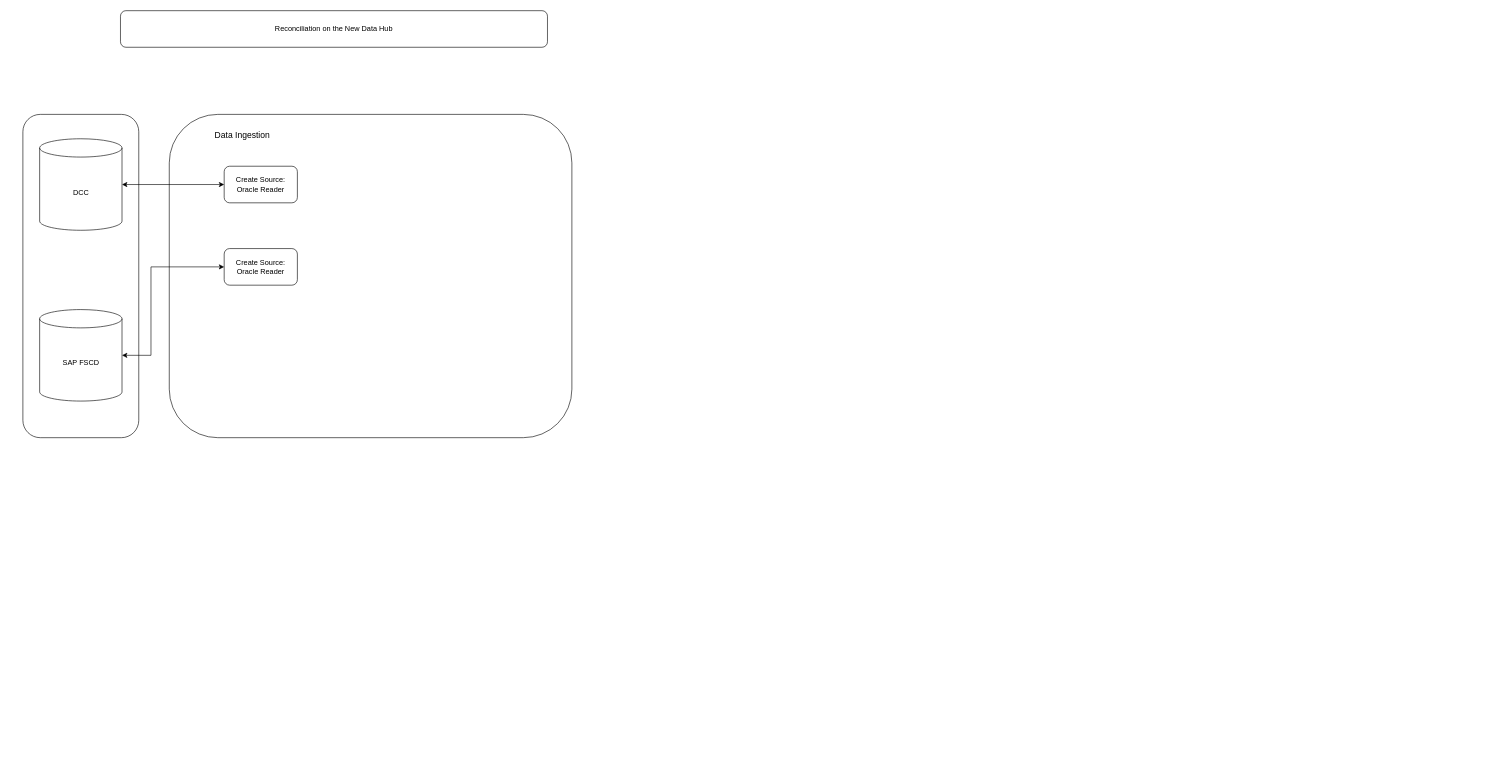
The draw.io diagram Untitled Diagram.drawio in joaorafaelr/Reconc-Project, before the edit. Source tidied: cells renumbered, new cells numbered last; positions are measured from the earlier drawing's top-left corner, leaving out a move shared by most shapes. Both pictures are drawn from the tidied source at 61%, with x=0, y=0 at pixel (23, 10).
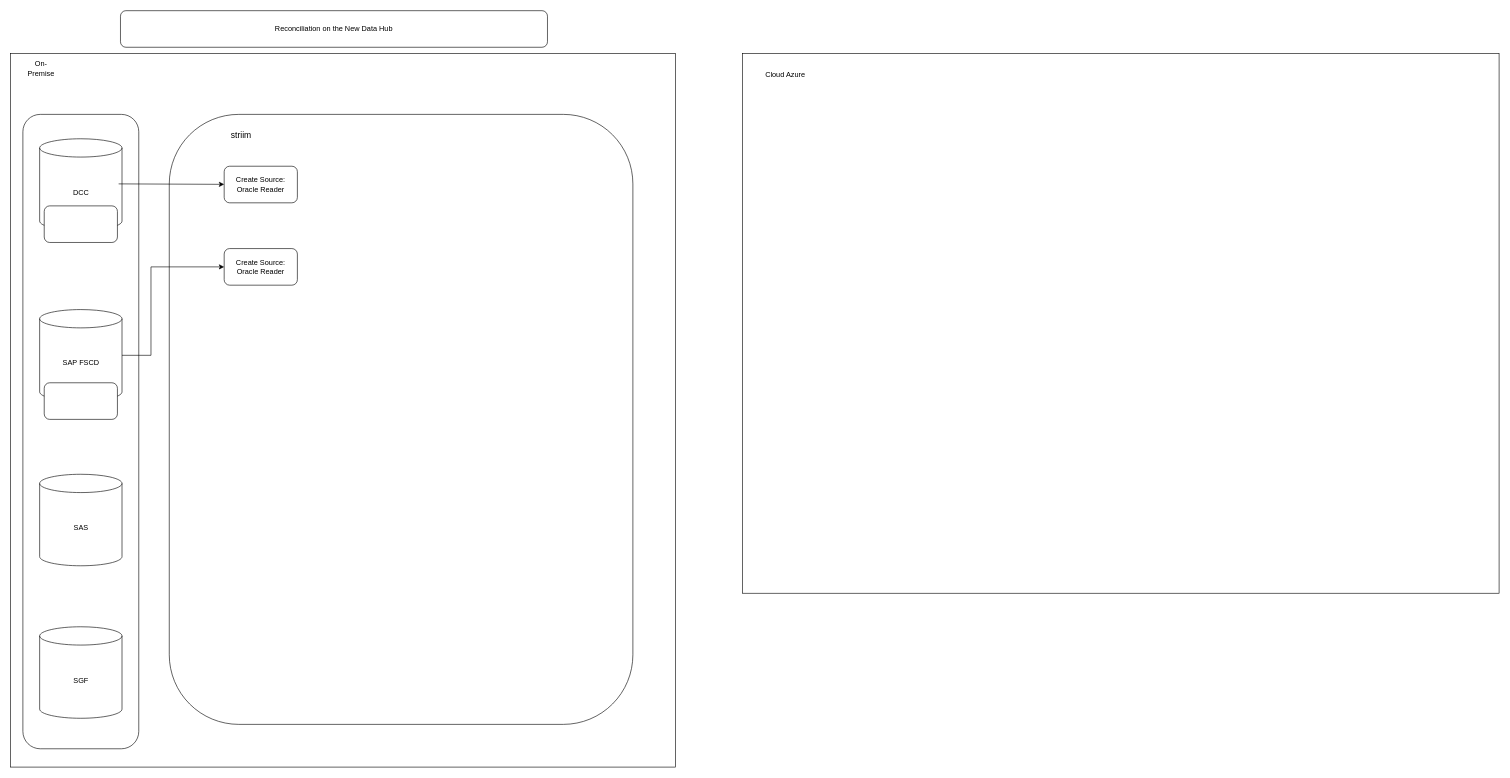
After the change.

Unchanged cells that the change refers to:
```xml
<mxCell id="5" value="DCC" style="shape=cylinder3;whiteSpace=wrap;html=1;boundedLbl=1;backgroundOutline=1;size=15;" parent="1" vertex="1">
  <mxGeometry x="27.5" y="210" width="135" height="150" as="geometry" />
</mxCell>
<mxCell id="6" value="SAP FSCD" style="shape=cylinder3;whiteSpace=wrap;html=1;boundedLbl=1;backgroundOutline=1;size=15;" parent="1" vertex="1">
  <mxGeometry x="27.5" y="490" width="135" height="150" as="geometry" />
</mxCell>
<mxCell id="8" value="Create Source: Oracle Reader" style="rounded=1;whiteSpace=wrap;html=1;" parent="1" vertex="1">
  <mxGeometry x="330" y="255" width="120" height="60" as="geometry" />
</mxCell>
<mxCell id="9" value="Create Source: Oracle Reader" style="rounded=1;whiteSpace=wrap;html=1;" parent="1" vertex="1">
  <mxGeometry x="330" y="390" width="120" height="60" as="geometry" />
</mxCell>
```

Diff of the diagram source:
```diff
@@
+    <mxCell id="12" style="rounded=0;whiteSpace=wrap;html=1;" parent="1" vertex="1">
+      <mxGeometry x="-20" y="70" width="1090" height="1170" as="geometry" />
+    </mxCell>
     <mxCell id="2" style="rounded=1;whiteSpace=wrap;html=1;align=left;" parent="1" vertex="1">
-      <mxGeometry x="240" y="170" width="660" height="530" as="geometry" />
+      <mxGeometry x="240" y="170" width="760" height="1000" as="geometry" />
     </mxCell>
@@
     <mxCell id="4" style="rounded=1;whiteSpace=wrap;html=1;" parent="1" vertex="1">
-      <mxGeometry y="170" width="190" height="530" as="geometry" />
+      <mxGeometry y="170" width="190" height="1040" as="geometry" />
     </mxCell>
@@
-    <mxCell id="7" value="&lt;font style=&quot;font-size: 14px;&quot;&gt;Data Ingestion&lt;/font&gt;" style="text;html=1;whiteSpace=wrap;strokeColor=none;fillColor=none;align=center;verticalAlign=middle;rounded=0;" parent="1" vertex="1">
+    <mxCell id="7" value="&lt;font style=&quot;font-size: 14px;&quot;&gt;striim&amp;nbsp;&lt;/font&gt;" style="text;html=1;whiteSpace=wrap;strokeColor=none;fillColor=none;align=center;verticalAlign=middle;rounded=0;" parent="1" vertex="1">
       <mxGeometry x="290" y="190" width="140" height="30" as="geometry" />
     </mxCell>
@@
+    <mxCell id="13" value="SGF" style="shape=cylinder3;whiteSpace=wrap;html=1;boundedLbl=1;backgroundOutline=1;size=15;" parent="1" vertex="1">
+      <mxGeometry x="27.5" y="1010" width="135" height="150" as="geometry" />
+    </mxCell>
+    <mxCell id="14" style="rounded=1;whiteSpace=wrap;html=1;" parent="1" vertex="1">
+      <mxGeometry x="35" y="320" width="120" height="60" as="geometry" />
+    </mxCell>
-    <mxCell id="10" style="endArrow=classic;startArrow=classic;html=1;rounded=0;entryX=0;entryY=0.5;entryDx=0;entryDy=0;exitX=1;exitY=0.5;exitDx=0;exitDy=0;exitPerimeter=0;" parent="1" edge="1" source="5" target="8">
+    <mxCell id="10" style="endArrow=classic;html=1;rounded=0;exitX=0.959;exitY=0.493;exitDx=0;exitDy=0;exitPerimeter=0;" parent="1" edge="1" source="5" target="8">
       <mxGeometry relative="1" as="geometry" />
     </mxCell>
-    <mxCell id="11" style="endArrow=classic;startArrow=classic;html=1;rounded=0;exitX=1;exitY=0.5;exitDx=0;exitDy=0;exitPerimeter=0;entryX=0;entryY=0.5;entryDx=0;entryDy=0;" parent="1" edge="1" source="6" target="9">
+    <mxCell id="11" style="endArrow=classic;html=1;rounded=0;exitX=1;exitY=0.5;exitDx=0;exitDy=0;exitPerimeter=0;entryX=0;entryY=0.5;entryDx=0;entryDy=0;" parent="1" edge="1" source="6" target="9">
       <mxGeometry relative="1" as="geometry">
         <Array as="points">
           <mxPoint x="210" y="565" />
           <mxPoint x="210" y="420" />
         </Array>
       </mxGeometry>
     </mxCell>
+    <mxCell id="15" style="rounded=1;whiteSpace=wrap;html=1;" parent="1" vertex="1">
+      <mxGeometry x="35" y="610" width="120" height="60" as="geometry" />
+    </mxCell>
+    <mxCell id="16" value="SAS" style="shape=cylinder3;whiteSpace=wrap;html=1;boundedLbl=1;backgroundOutline=1;size=15;" parent="1" vertex="1">
+      <mxGeometry x="27.5" y="760" width="135" height="150" as="geometry" />
+    </mxCell>
+    <mxCell id="17" value="On-Premise" style="text;html=1;whiteSpace=wrap;strokeColor=none;fillColor=none;align=center;verticalAlign=middle;rounded=0;" parent="1" vertex="1">
+      <mxGeometry y="80" width="60" height="30" as="geometry" />
+    </mxCell>
+    <mxCell id="18" style="rounded=0;whiteSpace=wrap;html=1;" parent="1" vertex="1">
+      <mxGeometry x="1180" y="70" width="1240" height="885" as="geometry" />
+    </mxCell>
+    <mxCell id="19" value="Cloud Azure" style="text;html=1;whiteSpace=wrap;strokeColor=none;fillColor=none;align=center;verticalAlign=middle;rounded=0;" parent="1" vertex="1">
+      <mxGeometry x="1210" y="90" width="80" height="30" as="geometry" />
+    </mxCell>
```
